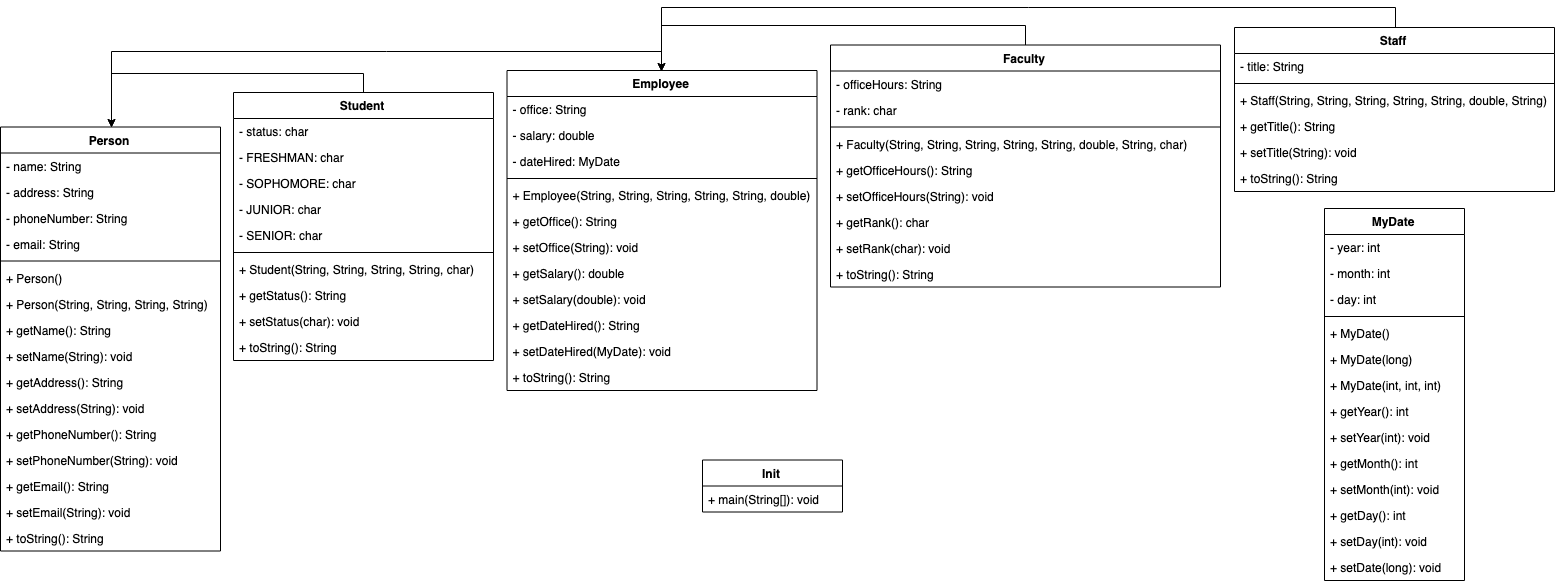
This is assignment03/11.2/Assignment03-UML.png from alessandra-souza/adv-java, a draw.io export, as it was before one commit. Source tidied: cells renumbered, new cells last; positions are measured from the earlier drawing's top-left corner, leaving out a move shared by most shapes.
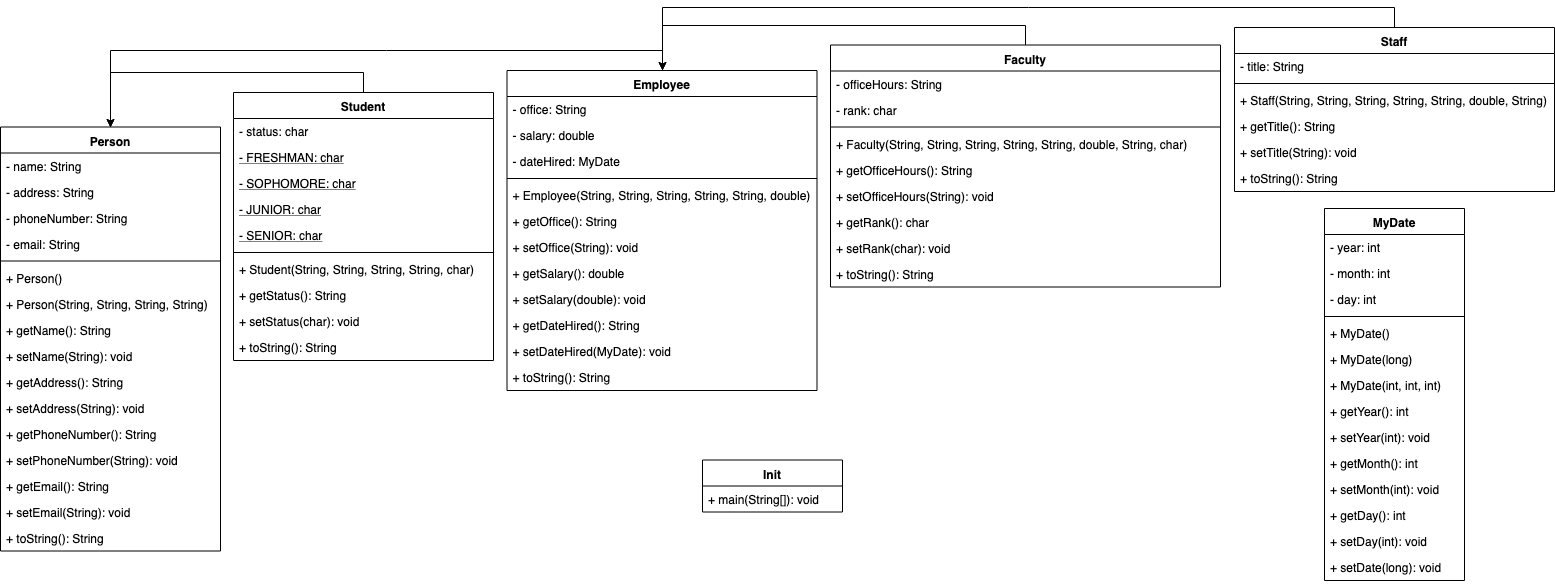
Later version of the same file.

Commit message:
Fixed UML for static attributes

The edit, as a diff of the source:
```diff
@@ -62,16 +62,16 @@
     <mxCell id="21" value="- status: char&#10;" style="text;strokeColor=none;fillColor=none;align=left;verticalAlign=top;spacingLeft=4;spacingRight=4;overflow=hidden;" parent="20" vertex="1">
       <mxGeometry y="26" width="260" height="26" as="geometry" />
     </mxCell>
-    <mxCell id="22" value="- FRESHMAN: char&#10;" style="text;strokeColor=none;fillColor=none;align=left;verticalAlign=top;spacingLeft=4;spacingRight=4;overflow=hidden;" parent="20" vertex="1">
+    <mxCell id="22" value="- FRESHMAN: char&#10;" style="text;strokeColor=none;fillColor=none;align=left;verticalAlign=top;spacingLeft=4;spacingRight=4;overflow=hidden;fontStyle=4;" parent="20" vertex="1">
       <mxGeometry y="52" width="260" height="26" as="geometry" />
     </mxCell>
-    <mxCell id="23" value="- SOPHOMORE: char&#10;" style="text;strokeColor=none;fillColor=none;align=left;verticalAlign=top;spacingLeft=4;spacingRight=4;overflow=hidden;" parent="20" vertex="1">
+    <mxCell id="23" value="- SOPHOMORE: char&#10;" style="text;strokeColor=none;fillColor=none;align=left;verticalAlign=top;spacingLeft=4;spacingRight=4;overflow=hidden;fontStyle=4;" parent="20" vertex="1">
       <mxGeometry y="78" width="260" height="26" as="geometry" />
     </mxCell>
-    <mxCell id="24" value="- JUNIOR: char&#10;" style="text;strokeColor=none;fillColor=none;align=left;verticalAlign=top;spacingLeft=4;spacingRight=4;overflow=hidden;" parent="20" vertex="1">
+    <mxCell id="24" value="- JUNIOR: char&#10;" style="text;strokeColor=none;fillColor=none;align=left;verticalAlign=top;spacingLeft=4;spacingRight=4;overflow=hidden;fontStyle=4;" parent="20" vertex="1">
       <mxGeometry y="104" width="260" height="26" as="geometry" />
     </mxCell>
-    <mxCell id="25" value="- SENIOR: char&#10;" style="text;strokeColor=none;fillColor=none;align=left;verticalAlign=top;spacingLeft=4;spacingRight=4;overflow=hidden;" parent="20" vertex="1">
+    <mxCell id="25" value="- SENIOR: char&#10;" style="text;strokeColor=none;fillColor=none;align=left;verticalAlign=top;spacingLeft=4;spacingRight=4;overflow=hidden;fontStyle=4;" parent="20" vertex="1">
       <mxGeometry y="130" width="260" height="26" as="geometry" />
     </mxCell>
     <mxCell id="26" style="line;strokeWidth=1;fillColor=none;align=left;verticalAlign=middle;spacingTop=-1;spacingLeft=3;spacingRight=3;labelPosition=right;" parent="20" vertex="1">
```
